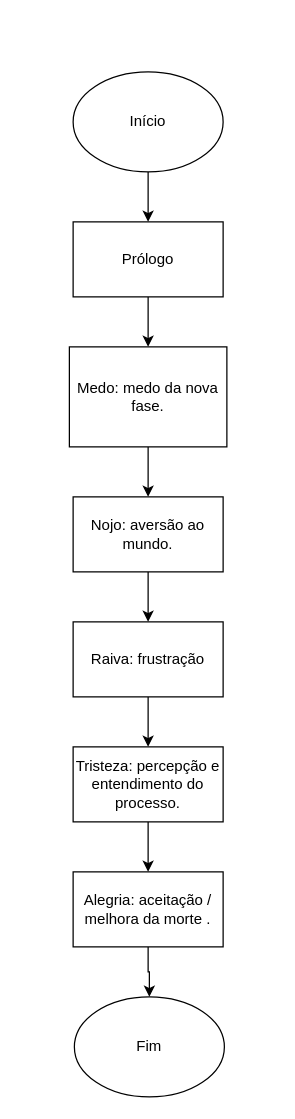
This is jogo_fases.drawio from as1lo/diagramas, a draw.io file, before an edit. Source tidied: cells renumbered, new cells numbered last; positions are measured from the earlier drawing's top-left corner, leaving out a move shared by most shapes. Both pictures are drawn from the tidied source at 125%, with x=0, y=0 at pixel (69, 71).
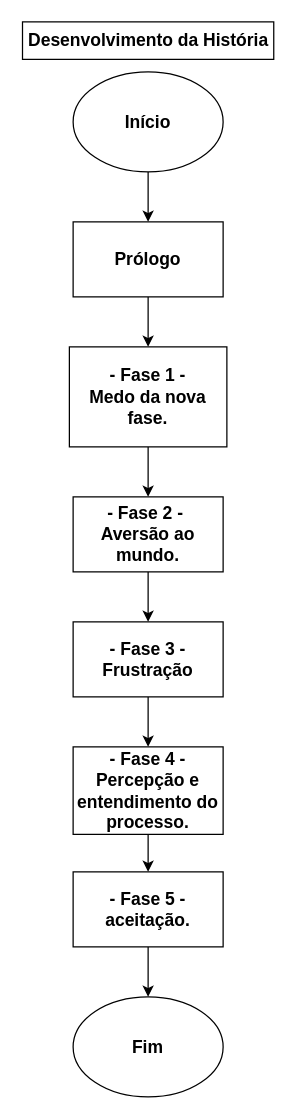
Above is the later version.

What changed in the source:
```diff
@@
 <mxGraphModel>
   <root>
     <mxCell id="0" />
     <mxCell id="1" parent="0" />
     <mxCell id="2" style="edgeStyle=orthogonalEdgeStyle;rounded=0;jettySize=auto;html=1;entryX=0.5;entryY=0;entryDx=0;entryDy=0;" parent="1" edge="1" source="3" target="5">
       <mxGeometry relative="1" as="geometry" />
     </mxCell>
-    <mxCell id="3" value="Início" style="ellipse;whiteSpace=wrap;html=1;" parent="1" vertex="1">
+    <mxCell id="3" value="&lt;font style=&quot;font-size: 14px;&quot;&gt;&lt;b&gt;Início&lt;/b&gt;&lt;/font&gt;" style="ellipse;whiteSpace=wrap;html=1;" parent="1" vertex="1">
       <mxGeometry x="3" width="120" height="80" as="geometry" />
     </mxCell>
     <mxCell id="4" style="edgeStyle=orthogonalEdgeStyle;rounded=0;jettySize=auto;html=1;entryX=0.5;entryY=0;entryDx=0;entryDy=0;" parent="1" edge="1" source="5" target="7">
       <mxGeometry relative="1" as="geometry" />
     </mxCell>
-    <mxCell id="5" value="Prólogo" style="rounded=0;whiteSpace=wrap;html=1;" parent="1" vertex="1">
+    <mxCell id="5" value="&lt;b&gt;&lt;font style=&quot;font-size: 14px;&quot;&gt;Prólogo&lt;/font&gt;&lt;/b&gt;" style="rounded=0;whiteSpace=wrap;html=1;" parent="1" vertex="1">
       <mxGeometry x="3" y="120" width="120" height="60" as="geometry" />
     </mxCell>
     <mxCell id="6" style="edgeStyle=orthogonalEdgeStyle;rounded=0;jettySize=auto;html=1;entryX=0.5;entryY=0;entryDx=0;entryDy=0;" parent="1" edge="1" source="7" target="9">
       <mxGeometry relative="1" as="geometry" />
     </mxCell>
-    <mxCell id="7" value="Medo: medo da nova fase." style="rounded=0;whiteSpace=wrap;html=1;" parent="1" vertex="1">
+    <mxCell id="7" value="&lt;b&gt;&lt;font style=&quot;font-size: 14px;&quot;&gt;- Fase 1 -&lt;/font&gt;&lt;/b&gt;&lt;div&gt;&lt;b&gt;&lt;font style=&quot;font-size: 14px;&quot;&gt;Medo da nova fase.&lt;/font&gt;&lt;/b&gt;&lt;/div&gt;" style="rounded=0;whiteSpace=wrap;html=1;" parent="1" vertex="1">
       <mxGeometry y="220" width="126" height="80" as="geometry" />
     </mxCell>
     <mxCell id="8" style="edgeStyle=orthogonalEdgeStyle;rounded=0;jettySize=auto;html=1;entryX=0.5;entryY=0;entryDx=0;entryDy=0;" parent="1" edge="1" source="9" target="11">
       <mxGeometry relative="1" as="geometry" />
     </mxCell>
-    <mxCell id="9" value="Nojo: aversão ao mundo." style="rounded=0;whiteSpace=wrap;html=1;" parent="1" vertex="1">
+    <mxCell id="9" value="&lt;b&gt;&lt;font style=&quot;font-size: 14px;&quot;&gt;- Fase 2 -&amp;nbsp;&lt;/font&gt;&lt;/b&gt;&lt;div&gt;&lt;b&gt;&lt;font style=&quot;font-size: 14px;&quot;&gt;Aversão ao mundo.&lt;/font&gt;&lt;/b&gt;&lt;/div&gt;" style="rounded=0;whiteSpace=wrap;html=1;" parent="1" vertex="1">
       <mxGeometry x="3" y="340" width="120" height="60" as="geometry" />
     </mxCell>
     <mxCell id="10" style="edgeStyle=orthogonalEdgeStyle;rounded=0;jettySize=auto;html=1;entryX=0.5;entryY=0;entryDx=0;entryDy=0;" parent="1" edge="1" source="11" target="13">
       <mxGeometry relative="1" as="geometry" />
     </mxCell>
-    <mxCell id="11" value="Raiva: frustração" style="rounded=0;whiteSpace=wrap;html=1;" parent="1" vertex="1">
+    <mxCell id="11" value="&lt;font style=&quot;font-size: 14px;&quot;&gt;&lt;b&gt;- Fase 3 -&lt;/b&gt;&lt;/font&gt;&lt;div&gt;&lt;font style=&quot;font-size: 14px;&quot;&gt;&lt;b&gt;Frustração&lt;/b&gt;&lt;/font&gt;&lt;/div&gt;" style="rounded=0;whiteSpace=wrap;html=1;" parent="1" vertex="1">
       <mxGeometry x="3" y="440" width="120" height="60" as="geometry" />
     </mxCell>
     <mxCell id="12" style="edgeStyle=orthogonalEdgeStyle;rounded=0;jettySize=auto;html=1;entryX=0.5;entryY=0;entryDx=0;entryDy=0;" parent="1" edge="1" source="13" target="15">
       <mxGeometry relative="1" as="geometry" />
     </mxCell>
-    <mxCell id="13" value="Tristeza: percepção e entendimento do processo." style="rounded=0;whiteSpace=wrap;html=1;" parent="1" vertex="1">
-      <mxGeometry x="3" y="540" width="120" height="60" as="geometry" />
+    <mxCell id="13" value="&lt;b&gt;&lt;font style=&quot;font-size: 14px;&quot;&gt;- Fase 4 - Percepção e entendimento do processo.&lt;/font&gt;&lt;/b&gt;" style="rounded=0;whiteSpace=wrap;html=1;" parent="1" vertex="1">
+      <mxGeometry x="3" y="540" width="120" height="70" as="geometry" />
     </mxCell>
     <mxCell id="14" style="edgeStyle=orthogonalEdgeStyle;rounded=0;jettySize=auto;html=1;entryX=0.5;entryY=0;entryDx=0;entryDy=0;" parent="1" edge="1" source="15" target="16">
       <mxGeometry relative="1" as="geometry" />
     </mxCell>
-    <mxCell id="15" value="Alegria: aceitação / melhora da morte ." style="rounded=0;whiteSpace=wrap;html=1;" parent="1" vertex="1">
+    <mxCell id="15" value="&lt;font style=&quot;font-size: 14px;&quot;&gt;&lt;b&gt;- Fase 5 - aceitação.&lt;/b&gt;&lt;/font&gt;" style="rounded=0;whiteSpace=wrap;html=1;" parent="1" vertex="1">
       <mxGeometry x="3" y="640" width="120" height="60" as="geometry" />
     </mxCell>
-    <mxCell id="16" value="Fim" style="ellipse;whiteSpace=wrap;html=1;" parent="1" vertex="1">
-      <mxGeometry x="4" y="740" width="120" height="80" as="geometry" />
+    <mxCell id="16" value="&lt;b&gt;&lt;font style=&quot;font-size: 14px;&quot;&gt;Fim&lt;/font&gt;&lt;/b&gt;" style="ellipse;whiteSpace=wrap;html=1;" parent="1" vertex="1">
+      <mxGeometry x="3" y="740" width="120" height="80" as="geometry" />
     </mxCell>
+    <mxCell id="17" value="&lt;font style=&quot;font-size: 14px;&quot;&gt;&lt;b&gt;Desenvolvimento da História&lt;/b&gt;&lt;/font&gt;" style="rounded=0;whiteSpace=wrap;html=1;" parent="1" vertex="1">
+      <mxGeometry x="-37.5" y="-40" width="201" height="30" as="geometry" />
+    </mxCell>
   </root>
 </mxGraphModel>
```
